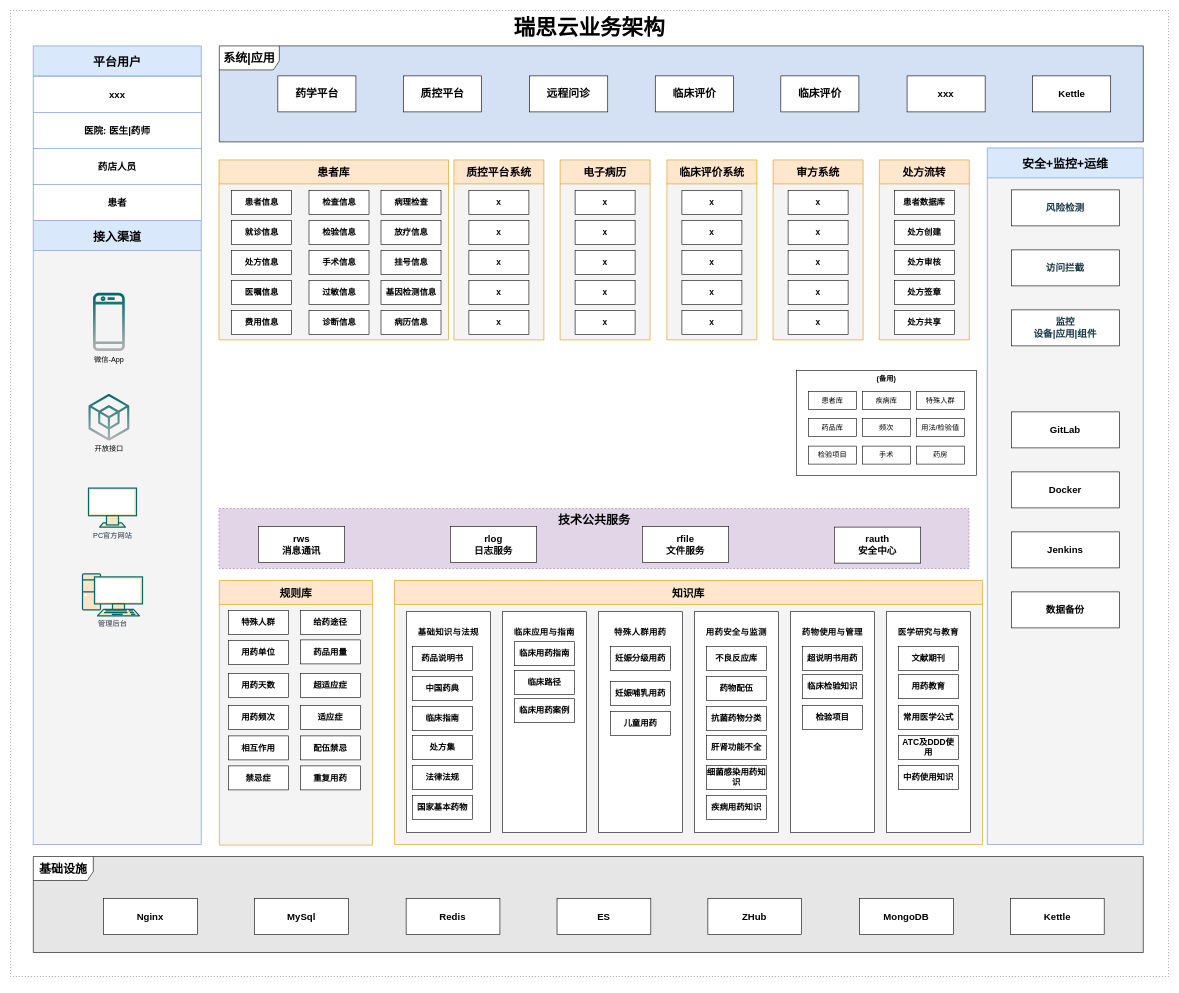
This is 未命名绘图.drawio from tc608/dfile, a draw.io file, before an edit. Source tidied: cells renumbered, new cells numbered last; positions are measured from the earlier drawing's top-left corner, leaving out a move shared by most shapes. Both pictures are drawn from the tidied source at 60%, with x=0, y=0 at pixel (10, 10).
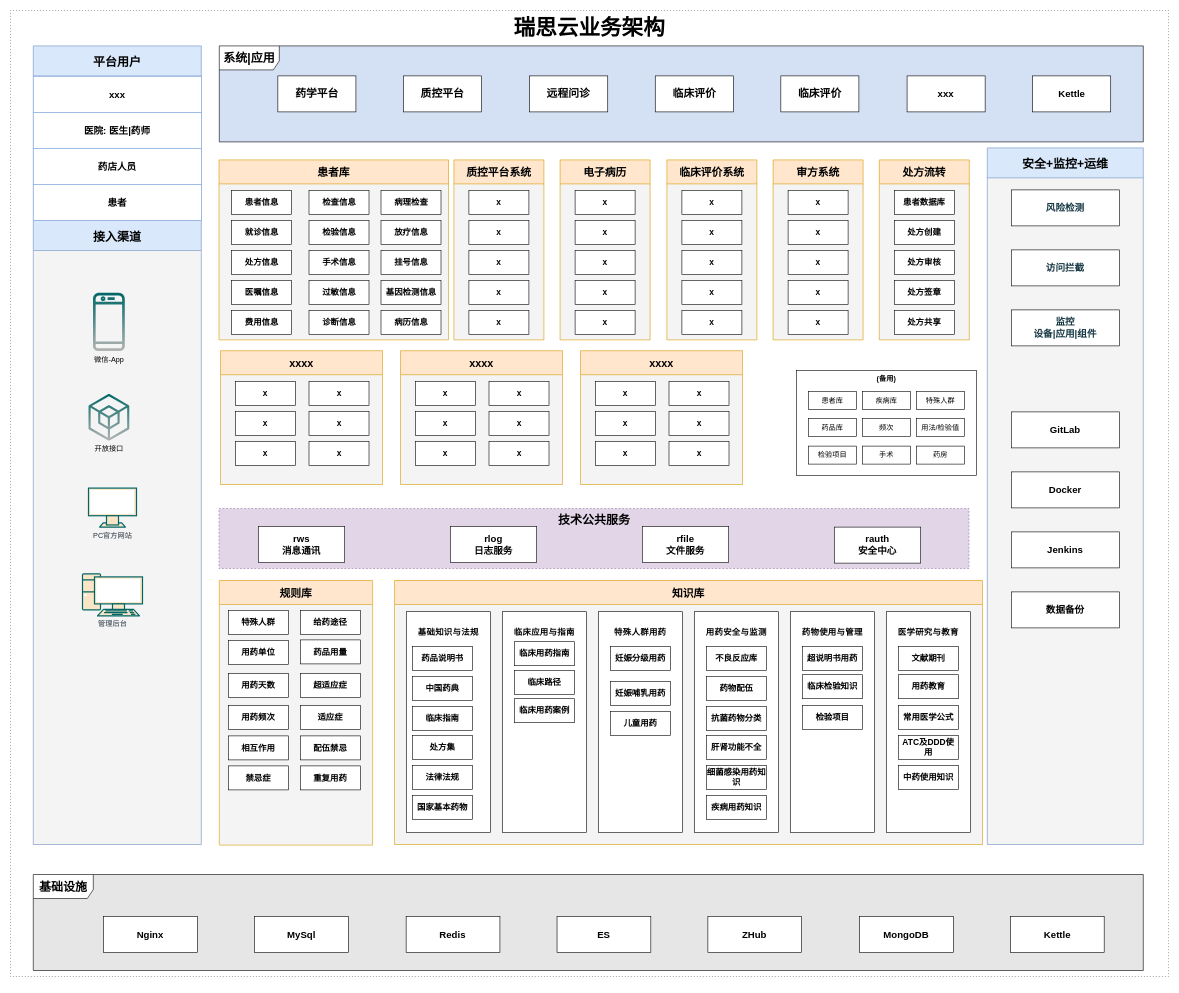
The same diagram, later.

Commit message (it also covers changes not shown here):
更新未命名绘图.drawio

Diff of the diagram source:
```diff
@@
     <mxCell id="18" style="group;" parent="1" vertex="1">
-      <mxGeometry x="38" y="1430" width="1850" height="160" as="geometry" />
+      <mxGeometry x="38" y="1460" width="1850" height="160" as="geometry" />
     </mxCell>
@@
+    <mxCell id="156" style="group;" parent="1" vertex="1">
+      <mxGeometry x="350" y="567" width="270" height="223" as="geometry" />
+    </mxCell>
+    <mxCell id="157" value="xxxx" style="swimlane;fontSize=18;align=center;swimlaneFillColor=#f4f4f4;fillColor=#ffe6cc;startSize=40;strokeColor=#d79b00;fontStyle=1;" parent="156" vertex="1">
+      <mxGeometry width="270" height="223" as="geometry" />
+    </mxCell>
+    <mxCell id="158" value="x" style="whiteSpace=wrap;html=1;fontSize=14;fontStyle=1;" parent="156" vertex="1">
+      <mxGeometry x="25" y="51" width="100" height="40" as="geometry" />
+    </mxCell>
+    <mxCell id="159" value="x" style="whiteSpace=wrap;html=1;fontSize=14;fontStyle=1;" parent="156" vertex="1">
+      <mxGeometry x="25" y="101" width="100" height="40" as="geometry" />
+    </mxCell>
+    <mxCell id="160" value="x" style="whiteSpace=wrap;html=1;fontSize=14;fontStyle=1;" parent="156" vertex="1">
+      <mxGeometry x="25" y="151" width="100" height="40" as="geometry" />
+    </mxCell>
+    <mxCell id="161" value="x" style="whiteSpace=wrap;html=1;fontSize=14;fontStyle=1;" parent="156" vertex="1">
+      <mxGeometry x="147.5" y="51" width="100" height="40" as="geometry" />
+    </mxCell>
+    <mxCell id="162" value="x" style="whiteSpace=wrap;html=1;fontSize=14;fontStyle=1;" parent="156" vertex="1">
+      <mxGeometry x="147.5" y="101" width="100" height="40" as="geometry" />
+    </mxCell>
+    <mxCell id="163" value="x" style="whiteSpace=wrap;html=1;fontSize=14;fontStyle=1;" parent="156" vertex="1">
+      <mxGeometry x="147.5" y="151" width="100" height="40" as="geometry" />
+    </mxCell>
+    <mxCell id="164" style="group;" parent="1" vertex="1">
+      <mxGeometry x="650" y="567" width="270" height="223" as="geometry" />
+    </mxCell>
+    <mxCell id="165" value="xxxx" style="swimlane;fontSize=18;align=center;swimlaneFillColor=#f4f4f4;fillColor=#ffe6cc;startSize=40;strokeColor=#d79b00;fontStyle=1;" parent="164" vertex="1">
+      <mxGeometry width="270" height="223" as="geometry" />
+    </mxCell>
+    <mxCell id="166" value="x" style="whiteSpace=wrap;html=1;fontSize=14;fontStyle=1;" parent="164" vertex="1">
+      <mxGeometry x="25" y="51" width="100" height="40" as="geometry" />
+    </mxCell>
+    <mxCell id="167" value="x" style="whiteSpace=wrap;html=1;fontSize=14;fontStyle=1;" parent="164" vertex="1">
+      <mxGeometry x="25" y="101" width="100" height="40" as="geometry" />
+    </mxCell>
+    <mxCell id="168" value="x" style="whiteSpace=wrap;html=1;fontSize=14;fontStyle=1;" parent="164" vertex="1">
+      <mxGeometry x="25" y="151" width="100" height="40" as="geometry" />
+    </mxCell>
+    <mxCell id="169" value="x" style="whiteSpace=wrap;html=1;fontSize=14;fontStyle=1;" parent="164" vertex="1">
+      <mxGeometry x="147.5" y="51" width="100" height="40" as="geometry" />
+    </mxCell>
+    <mxCell id="170" value="x" style="whiteSpace=wrap;html=1;fontSize=14;fontStyle=1;" parent="164" vertex="1">
+      <mxGeometry x="147.5" y="101" width="100" height="40" as="geometry" />
+    </mxCell>
+    <mxCell id="171" value="x" style="whiteSpace=wrap;html=1;fontSize=14;fontStyle=1;" parent="164" vertex="1">
+      <mxGeometry x="147.5" y="151" width="100" height="40" as="geometry" />
+    </mxCell>
+    <mxCell id="172" style="group;" parent="1" vertex="1">
+      <mxGeometry x="950" y="567" width="270" height="223" as="geometry" />
+    </mxCell>
+    <mxCell id="173" value="xxxx" style="swimlane;fontSize=18;align=center;swimlaneFillColor=#f4f4f4;fillColor=#ffe6cc;startSize=40;strokeColor=#d79b00;fontStyle=1;" parent="172" vertex="1">
+      <mxGeometry width="270" height="223" as="geometry" />
+    </mxCell>
+    <mxCell id="174" value="x" style="whiteSpace=wrap;html=1;fontSize=14;fontStyle=1;" parent="172" vertex="1">
+      <mxGeometry x="25" y="51" width="100" height="40" as="geometry" />
+    </mxCell>
+    <mxCell id="175" value="x" style="whiteSpace=wrap;html=1;fontSize=14;fontStyle=1;" parent="172" vertex="1">
+      <mxGeometry x="25" y="101" width="100" height="40" as="geometry" />
+    </mxCell>
+    <mxCell id="176" value="x" style="whiteSpace=wrap;html=1;fontSize=14;fontStyle=1;" parent="172" vertex="1">
+      <mxGeometry x="25" y="151" width="100" height="40" as="geometry" />
+    </mxCell>
+    <mxCell id="177" value="x" style="whiteSpace=wrap;html=1;fontSize=14;fontStyle=1;" parent="172" vertex="1">
+      <mxGeometry x="147.5" y="51" width="100" height="40" as="geometry" />
+    </mxCell>
+    <mxCell id="178" value="x" style="whiteSpace=wrap;html=1;fontSize=14;fontStyle=1;" parent="172" vertex="1">
+      <mxGeometry x="147.5" y="101" width="100" height="40" as="geometry" />
+    </mxCell>
+    <mxCell id="179" value="x" style="whiteSpace=wrap;html=1;fontSize=14;fontStyle=1;" parent="172" vertex="1">
+      <mxGeometry x="147.5" y="151" width="100" height="40" as="geometry" />
+    </mxCell>
```
